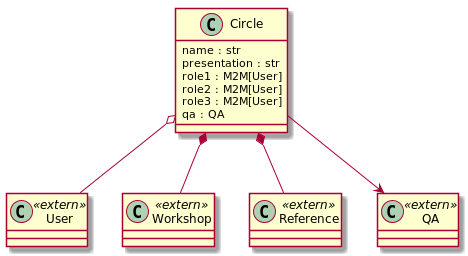
Above: diagrammes/resources/circle/circle.png in PremierLangage/platon-conception (PlantUML), before the change. The source it was exported from:
```plantuml
@startuml

class User <<extern>> {}

class Circle {
   name : str
   presentation : str
   role1 : M2M[User]
   role2 : M2M[User]
   role3 : M2M[User]
   qa : QA
}

class Workshop <<extern>> {}

class Reference <<extern>> {}

class QA <<extern>> {}

Circle *-- Workshop
Circle o-- User
Circle --> QA
Circle *-- Reference

@enduml
```
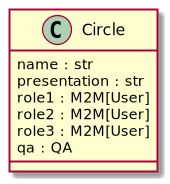
After the change.

Change to the diagram source:
```diff
@@ -1,6 +1,5 @@
 @startuml
 
-class User <<extern>> {}
 
 class Circle {
    name : str
@@ -11,15 +10,4 @@
    qa : QA
 }
 
-class Workshop <<extern>> {}
-
-class Reference <<extern>> {}
-
-class QA <<extern>> {}
-
-Circle *-- Workshop
-Circle o-- User
-Circle --> QA
-Circle *-- Reference
-
 @enduml
```
